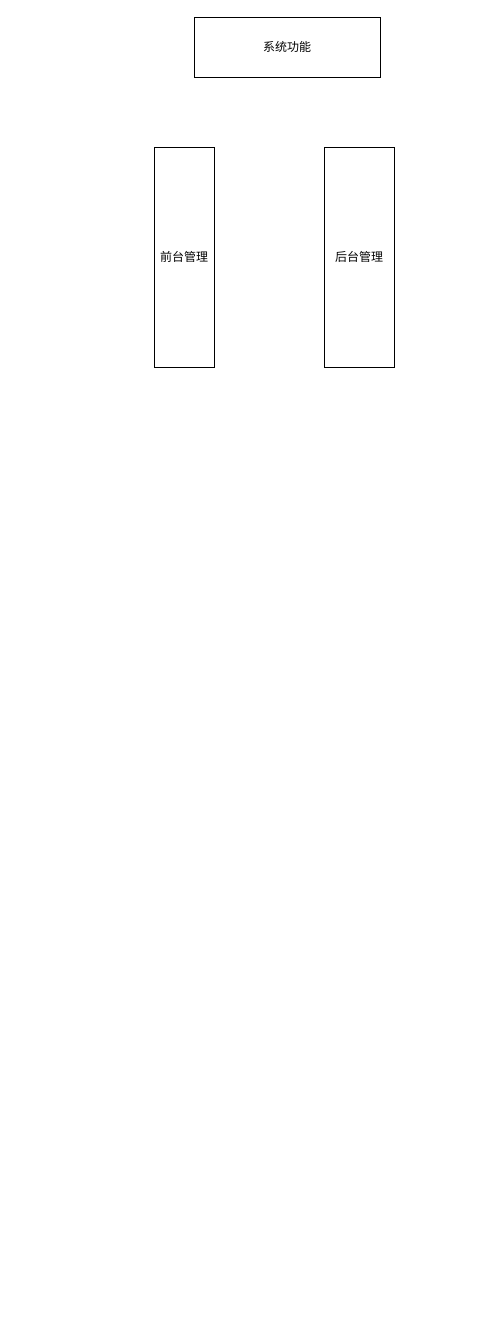
zengfanchang/Postgraduate keeps this draw.io diagram as 研一上/系统功能.drawio. Above is the earlier version. Source tidied: cells renumbered, new cells numbered last; positions are measured from the earlier drawing's top-left corner, leaving out a move shared by most shapes. Both pictures are drawn from the tidied source at 100%, with x=0, y=0 at pixel (154, 17).
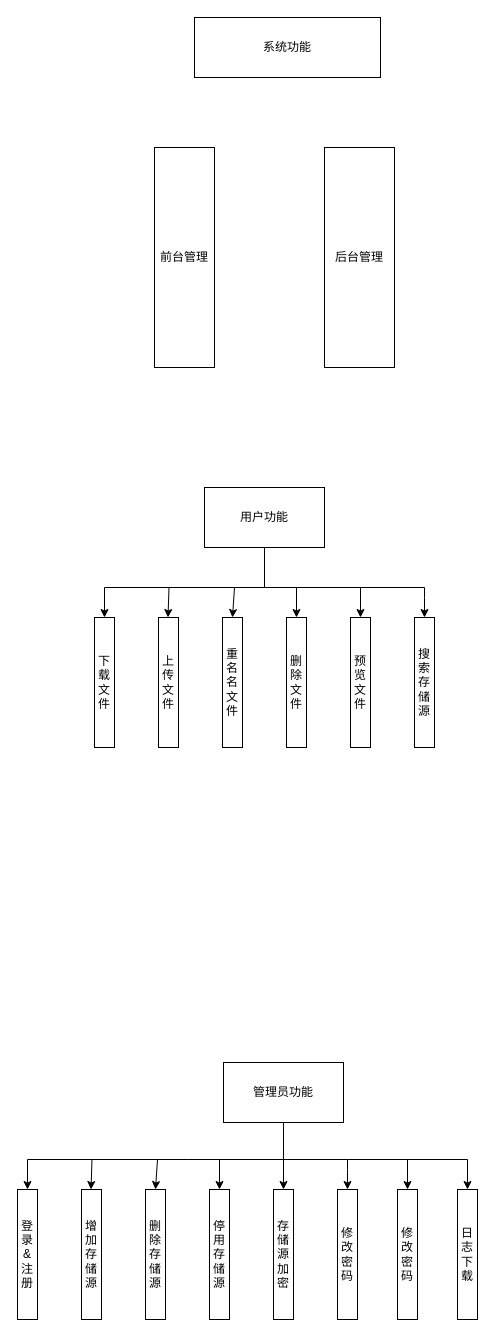
The same diagram, later.

Commit message (it also covers changes not shown here):
更新系统功能.drawio

What changed in the source:
```diff
@@
+    <mxCell id="5" value="用户功能" style="rounded=0;whiteSpace=wrap;html=1;" parent="1" vertex="1">
+      <mxGeometry x="50" y="470" width="120" height="60" as="geometry" />
+    </mxCell>
+    <mxCell id="6" value="下载文件" style="rounded=0;whiteSpace=wrap;html=1;" parent="1" vertex="1">
+      <mxGeometry x="-60" y="600" width="20" height="130" as="geometry" />
+    </mxCell>
+    <mxCell id="7" value="上传文件" style="rounded=0;whiteSpace=wrap;html=1;" parent="1" vertex="1">
+      <mxGeometry x="4" y="600" width="20" height="130" as="geometry" />
+    </mxCell>
+    <mxCell id="8" value="重名名文件" style="rounded=0;whiteSpace=wrap;html=1;" parent="1" vertex="1">
+      <mxGeometry x="68" y="600" width="20" height="130" as="geometry" />
+    </mxCell>
+    <mxCell id="9" value="删除文件" style="rounded=0;whiteSpace=wrap;html=1;" parent="1" vertex="1">
+      <mxGeometry x="132" y="600" width="20" height="130" as="geometry" />
+    </mxCell>
+    <mxCell id="10" value="预览文件" style="rounded=0;whiteSpace=wrap;html=1;" parent="1" vertex="1">
+      <mxGeometry x="196" y="600" width="20" height="130" as="geometry" />
+    </mxCell>
+    <mxCell id="11" value="搜索存储源" style="rounded=0;whiteSpace=wrap;html=1;" parent="1" vertex="1">
+      <mxGeometry x="260" y="600" width="20" height="130" as="geometry" />
+    </mxCell>
+    <mxCell id="12" style="endArrow=classic;html=1;rounded=0;entryX=0.5;entryY=0;entryDx=0;entryDy=0;" parent="1" edge="1" target="6">
+      <mxGeometry relative="1" as="geometry">
+        <mxPoint x="110" y="530" as="sourcePoint" />
+        <Array as="points">
+          <mxPoint x="110" y="570" />
+          <mxPoint x="-50" y="570" />
+        </Array>
+      </mxGeometry>
+    </mxCell>
+    <mxCell id="13" style="endArrow=classic;html=1;rounded=0;entryX=0.25;entryY=0;entryDx=0;entryDy=0;" parent="1" edge="1">
+      <mxGeometry relative="1" as="geometry">
+        <mxPoint x="14.5" y="570" as="sourcePoint" />
+        <mxPoint x="13.5" y="600" as="targetPoint" />
+      </mxGeometry>
+    </mxCell>
+    <mxCell id="14" style="endArrow=classic;html=1;rounded=0;entryX=0.5;entryY=0;entryDx=0;entryDy=0;" parent="1" edge="1" target="8">
+      <mxGeometry relative="1" as="geometry">
+        <mxPoint x="80" y="570" as="sourcePoint" />
+      </mxGeometry>
+    </mxCell>
+    <mxCell id="15" style="endArrow=classic;html=1;rounded=0;entryX=0.5;entryY=0;entryDx=0;entryDy=0;entryPerimeter=0;" parent="1" edge="1" target="11">
+      <mxGeometry relative="1" as="geometry">
+        <mxPoint x="110" y="570" as="sourcePoint" />
+        <Array as="points">
+          <mxPoint x="270" y="570" />
+          <mxPoint x="270" y="580" />
+        </Array>
+      </mxGeometry>
+    </mxCell>
+    <mxCell id="16" style="endArrow=classic;html=1;rounded=0;entryX=0.5;entryY=0;entryDx=0;entryDy=0;" parent="1" edge="1" target="10">
+      <mxGeometry relative="1" as="geometry">
+        <mxPoint x="206" y="570" as="sourcePoint" />
+      </mxGeometry>
+    </mxCell>
+    <mxCell id="17" style="endArrow=classic;html=1;rounded=0;entryX=0.5;entryY=0;entryDx=0;entryDy=0;" parent="1" edge="1" target="9">
+      <mxGeometry relative="1" as="geometry">
+        <mxPoint x="142" y="570" as="sourcePoint" />
+      </mxGeometry>
+    </mxCell>
+    <mxCell id="18" value="管理员功能" style="rounded=0;whiteSpace=wrap;html=1;" parent="1" vertex="1">
+      <mxGeometry x="69" y="1045" width="120" height="60" as="geometry" />
+    </mxCell>
+    <mxCell id="19" value="登录&amp;amp;注册" style="rounded=0;whiteSpace=wrap;html=1;" parent="1" vertex="1">
+      <mxGeometry x="-137" y="1172" width="20" height="130" as="geometry" />
+    </mxCell>
+    <mxCell id="20" value="增加存储源" style="rounded=0;whiteSpace=wrap;html=1;" parent="1" vertex="1">
+      <mxGeometry x="-73" y="1172" width="20" height="130" as="geometry" />
+    </mxCell>
+    <mxCell id="21" value="删除存储源" style="rounded=0;whiteSpace=wrap;html=1;" parent="1" vertex="1">
+      <mxGeometry x="-9" y="1172" width="20" height="130" as="geometry" />
+    </mxCell>
+    <mxCell id="22" value="停用存储源" style="rounded=0;whiteSpace=wrap;html=1;" parent="1" vertex="1">
+      <mxGeometry x="55" y="1172" width="20" height="130" as="geometry" />
+    </mxCell>
+    <mxCell id="23" value="存储源加密" style="rounded=0;whiteSpace=wrap;html=1;" parent="1" vertex="1">
+      <mxGeometry x="119" y="1172" width="20" height="130" as="geometry" />
+    </mxCell>
+    <mxCell id="24" value="修改密码" style="rounded=0;whiteSpace=wrap;html=1;" parent="1" vertex="1">
+      <mxGeometry x="183" y="1172" width="20" height="130" as="geometry" />
+    </mxCell>
+    <mxCell id="25" style="endArrow=classic;html=1;rounded=0;entryX=0.5;entryY=0;entryDx=0;entryDy=0;exitX=0.5;exitY=1;exitDx=0;exitDy=0;" parent="1" edge="1" source="18" target="19">
+      <mxGeometry relative="1" as="geometry">
+        <Array as="points">
+          <mxPoint x="129" y="1142" />
+          <mxPoint x="33" y="1142" />
+          <mxPoint x="-127" y="1142" />
+        </Array>
+      </mxGeometry>
+    </mxCell>
+    <mxCell id="26" style="endArrow=classic;html=1;rounded=0;entryX=0.25;entryY=0;entryDx=0;entryDy=0;" parent="1" edge="1">
+      <mxGeometry relative="1" as="geometry">
+        <mxPoint x="-62.5" y="1142" as="sourcePoint" />
+        <mxPoint x="-63.5" y="1172" as="targetPoint" />
+      </mxGeometry>
+    </mxCell>
+    <mxCell id="27" style="endArrow=classic;html=1;rounded=0;entryX=0.5;entryY=0;entryDx=0;entryDy=0;" parent="1" edge="1" target="21">
+      <mxGeometry relative="1" as="geometry">
+        <mxPoint x="3" y="1142" as="sourcePoint" />
+      </mxGeometry>
+    </mxCell>
+    <mxCell id="28" style="endArrow=classic;html=1;rounded=0;entryX=0.5;entryY=0;entryDx=0;entryDy=0;entryPerimeter=0;" parent="1" edge="1" target="24">
+      <mxGeometry relative="1" as="geometry">
+        <mxPoint x="33" y="1142" as="sourcePoint" />
+        <Array as="points">
+          <mxPoint x="193" y="1142" />
+          <mxPoint x="193" y="1152" />
+        </Array>
+      </mxGeometry>
+    </mxCell>
+    <mxCell id="29" style="endArrow=classic;html=1;rounded=0;entryX=0.5;entryY=0;entryDx=0;entryDy=0;" parent="1" edge="1" target="23">
+      <mxGeometry relative="1" as="geometry">
+        <mxPoint x="129" y="1142" as="sourcePoint" />
+      </mxGeometry>
+    </mxCell>
+    <mxCell id="30" style="endArrow=classic;html=1;rounded=0;entryX=0.5;entryY=0;entryDx=0;entryDy=0;" parent="1" edge="1" target="22">
+      <mxGeometry relative="1" as="geometry">
+        <mxPoint x="65" y="1142" as="sourcePoint" />
+      </mxGeometry>
+    </mxCell>
+    <mxCell id="31" value="修改密码" style="rounded=0;whiteSpace=wrap;html=1;" parent="1" vertex="1">
+      <mxGeometry x="243" y="1172" width="20" height="130" as="geometry" />
+    </mxCell>
+    <mxCell id="32" value="日志下载" style="rounded=0;whiteSpace=wrap;html=1;" parent="1" vertex="1">
+      <mxGeometry x="303" y="1172" width="20" height="130" as="geometry" />
+    </mxCell>
+    <mxCell id="33" style="endArrow=classic;html=1;rounded=0;entryX=0.5;entryY=0;entryDx=0;entryDy=0;" parent="1" edge="1" target="32">
+      <mxGeometry relative="1" as="geometry">
+        <mxPoint x="193" y="1142" as="sourcePoint" />
+        <Array as="points">
+          <mxPoint x="313" y="1142" />
+        </Array>
+      </mxGeometry>
+    </mxCell>
+    <mxCell id="34" style="endArrow=classic;html=1;rounded=0;entryX=0.5;entryY=0;entryDx=0;entryDy=0;" parent="1" edge="1" target="31">
+      <mxGeometry relative="1" as="geometry">
+        <mxPoint x="253" y="1142" as="sourcePoint" />
+      </mxGeometry>
+    </mxCell>
```
